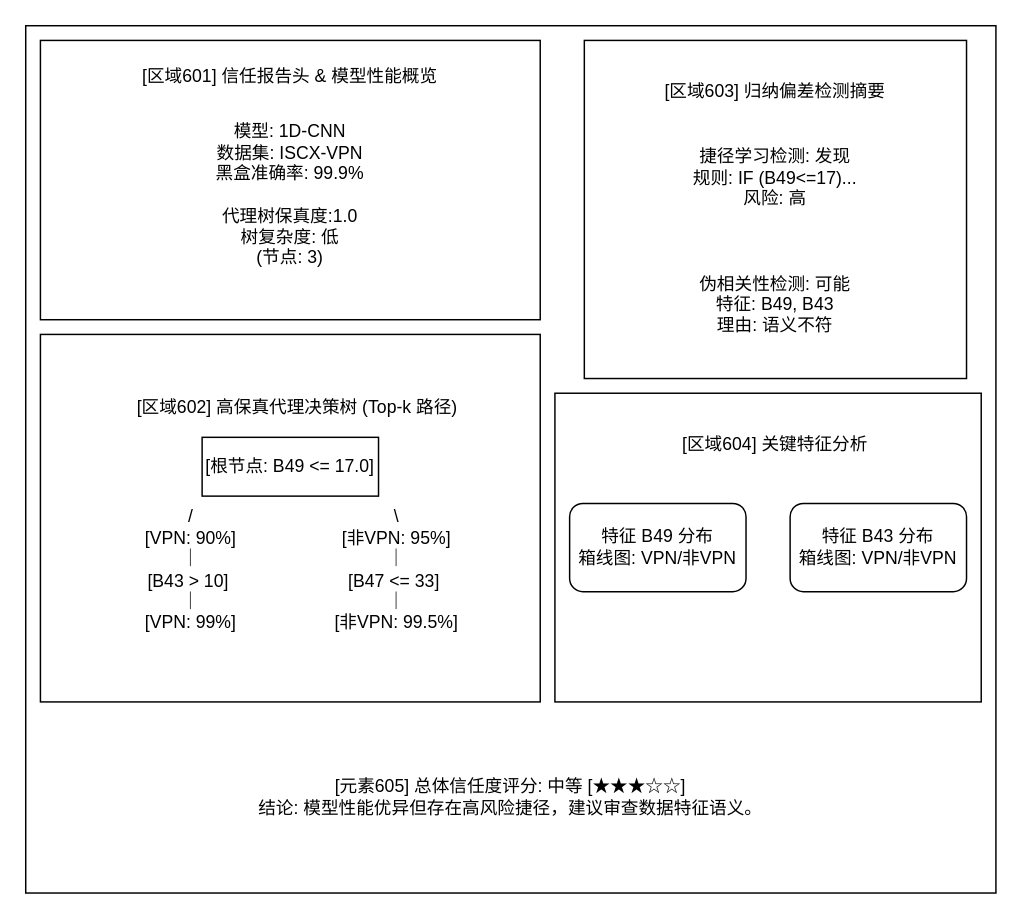
Before: 06.drawio in Jerrywjr/202512_ISE_microfossil, a draw.io diagram. Source tidied: cells renumbered, new cells numbered last; positions are measured from the earlier drawing's top-left corner, leaving out a move shared by most shapes. Both pictures are drawn from the tidied source at 147%, with x=0, y=0 at pixel (25, 25).
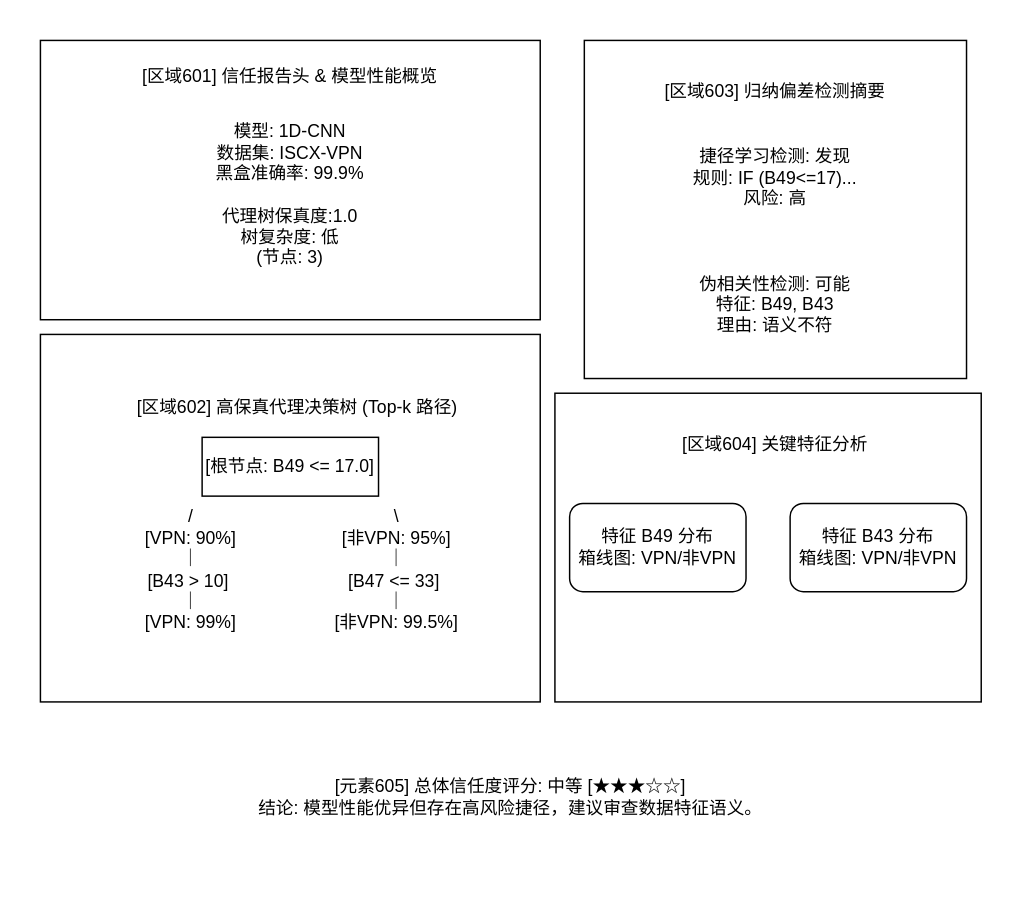
The same diagram, later.

What changed in the source:
```diff
@@
 <mxGraphModel>
   <root>
     <mxCell id="0" />
     <mxCell id="1" parent="0" />
-    <mxCell id="2" style="rounded=0;whiteSpace=wrap;html=1;fillColor=none;" parent="1" vertex="1">
-      <mxGeometry width="660" height="590" as="geometry" />
-    </mxCell>
     <mxCell id="3" style="rounded=0;whiteSpace=wrap;html=1;fillColor=none;" parent="1" vertex="1">
       <mxGeometry x="10" y="10" width="340" height="190" as="geometry" />
     </mxCell>
     <mxCell id="4" value="[区域601] 信任报告头 &amp;amp; 模型性能概览" style="text;html=1;whiteSpace=wrap;strokeColor=none;fillColor=none;align=center;verticalAlign=middle;rounded=0;" parent="1" vertex="1">
       <mxGeometry x="55" y="20" width="250" height="30" as="geometry" />
     </mxCell>
     <mxCell id="5" value="&lt;div&gt;模型: 1D-CNN&lt;/div&gt;&lt;div&gt;数据集: ISCX-VPN&lt;/div&gt;&lt;div&gt;黑盒准确率: 99.9%&lt;/div&gt;&lt;div&gt;&lt;br&gt;&lt;/div&gt;&lt;div&gt;代理树保真度:1.0&lt;/div&gt;&lt;div&gt;树复杂度: 低&lt;/div&gt;&lt;div&gt;(节点: 3)&lt;/div&gt;" style="text;html=1;whiteSpace=wrap;strokeColor=none;fillColor=none;align=center;verticalAlign=middle;rounded=0;" parent="1" vertex="1">
       <mxGeometry x="75" y="50" width="210" height="130" as="geometry" />
     </mxCell>
     <mxCell id="6" value="[区域602] 高保真代理决策树 (Top-k 路径)" style="text;html=1;whiteSpace=wrap;strokeColor=none;fillColor=none;align=center;verticalAlign=middle;rounded=0;" parent="1" vertex="1">
       <mxGeometry x="65" y="230" width="240" height="60" as="geometry" />
     </mxCell>
     <mxCell id="7" style="rounded=0;whiteSpace=wrap;html=1;fillColor=none;" parent="1" vertex="1">
       <mxGeometry x="10" y="210" width="340" height="250" as="geometry" />
     </mxCell>
     <mxCell id="8" value="[根节点: B49 &amp;lt;= 17.0]" style="rounded=0;whiteSpace=wrap;html=1;fillColor=none;" parent="1" vertex="1">
       <mxGeometry x="120" y="280" width="120" height="40" as="geometry" />
     </mxCell>
     <mxCell id="9" value="/&lt;div&gt;[VPN: 90%]&lt;div&gt;｜&lt;/div&gt;&lt;div&gt;[B43 &amp;gt; 10]&amp;nbsp;&lt;/div&gt;&lt;div&gt;｜&lt;/div&gt;&lt;div&gt;[VPN: 99%]&lt;/div&gt;&lt;/div&gt;" style="text;html=1;whiteSpace=wrap;strokeColor=none;fillColor=none;align=center;verticalAlign=middle;rounded=0;" parent="1" vertex="1">
       <mxGeometry x="50" y="320" width="125" height="100" as="geometry" />
     </mxCell>
     <mxCell id="10" value="\&lt;br&gt;&lt;div&gt;[非VPN: 95%]&lt;div&gt;｜&lt;/div&gt;&lt;div&gt;[B47 &amp;lt;= 33]&amp;nbsp;&lt;/div&gt;&lt;div&gt;｜&lt;/div&gt;&lt;div&gt;[非VPN: 99.5%]&lt;/div&gt;&lt;/div&gt;" style="text;html=1;whiteSpace=wrap;strokeColor=none;fillColor=none;align=center;verticalAlign=middle;rounded=0;" parent="1" vertex="1">
       <mxGeometry x="190" y="320" width="125" height="100" as="geometry" />
     </mxCell>
     <mxCell id="11" value="[区域603] 归纳偏差检测摘要" style="text;html=1;whiteSpace=wrap;strokeColor=none;fillColor=none;align=center;verticalAlign=middle;rounded=0;" parent="1" vertex="1">
       <mxGeometry x="420" y="30" width="180" height="30" as="geometry" />
     </mxCell>
     <mxCell id="12" value="&lt;div&gt;&lt;br&gt;&lt;/div&gt;&lt;div&gt;&lt;br&gt;&lt;/div&gt;&lt;div&gt;&lt;br&gt;&lt;/div&gt;&lt;div&gt;捷径学习检测: 发现&lt;/div&gt;&lt;div&gt;规则: IF (B49&amp;lt;=17)...&lt;/div&gt;&lt;div&gt;风险: 高&lt;/div&gt;&lt;div&gt;&lt;br&gt;&lt;/div&gt;&lt;div&gt;&lt;br&gt;&lt;/div&gt;&lt;div&gt;&lt;br&gt;&lt;/div&gt;&lt;div&gt;伪相关性检测: 可能&lt;/div&gt;&lt;div&gt;特征: B49, B43&lt;/div&gt;&lt;div&gt;理由: 语义不符&lt;/div&gt;" style="rounded=0;whiteSpace=wrap;html=1;fillColor=none;" parent="1" vertex="1">
       <mxGeometry x="380" y="10" width="260" height="230" as="geometry" />
     </mxCell>
     <mxCell id="13" style="rounded=0;whiteSpace=wrap;html=1;fillColor=none;" parent="1" vertex="1">
       <mxGeometry x="360" y="250" width="290" height="210" as="geometry" />
     </mxCell>
     <mxCell id="14" value="[区域604] 关键特征分析" style="text;html=1;whiteSpace=wrap;strokeColor=none;fillColor=none;align=center;verticalAlign=middle;rounded=0;" parent="1" vertex="1">
       <mxGeometry x="425" y="270" width="170" height="30" as="geometry" />
     </mxCell>
     <mxCell id="15" value="&lt;div&gt;特征 B49 分布&lt;/div&gt;&lt;div&gt;箱线图: VPN/非VPN&lt;/div&gt;" style="rounded=1;whiteSpace=wrap;html=1;fillColor=none;" parent="1" vertex="1">
       <mxGeometry x="370" y="325" width="120" height="60" as="geometry" />
     </mxCell>
     <mxCell id="16" value="&lt;div&gt;特征 B43 分布&lt;/div&gt;&lt;div&gt;箱线图: VPN/非VPN&lt;/div&gt;" style="rounded=1;whiteSpace=wrap;html=1;fillColor=none;" parent="1" vertex="1">
       <mxGeometry x="520" y="325" width="120" height="60" as="geometry" />
     </mxCell>
     <mxCell id="17" value="&lt;div&gt;[元素605] 总体信任度评分: 中等 [★★★☆☆]&lt;/div&gt;&lt;div&gt;结论: 模型性能优异但存在高风险捷径，建议审查数据特征语义。&lt;/div&gt;" style="text;html=1;whiteSpace=wrap;strokeColor=none;fillColor=none;align=center;verticalAlign=middle;rounded=0;" parent="1" vertex="1">
       <mxGeometry x="90" y="500" width="480" height="50" as="geometry" />
     </mxCell>
   </root>
 </mxGraphModel>
```
